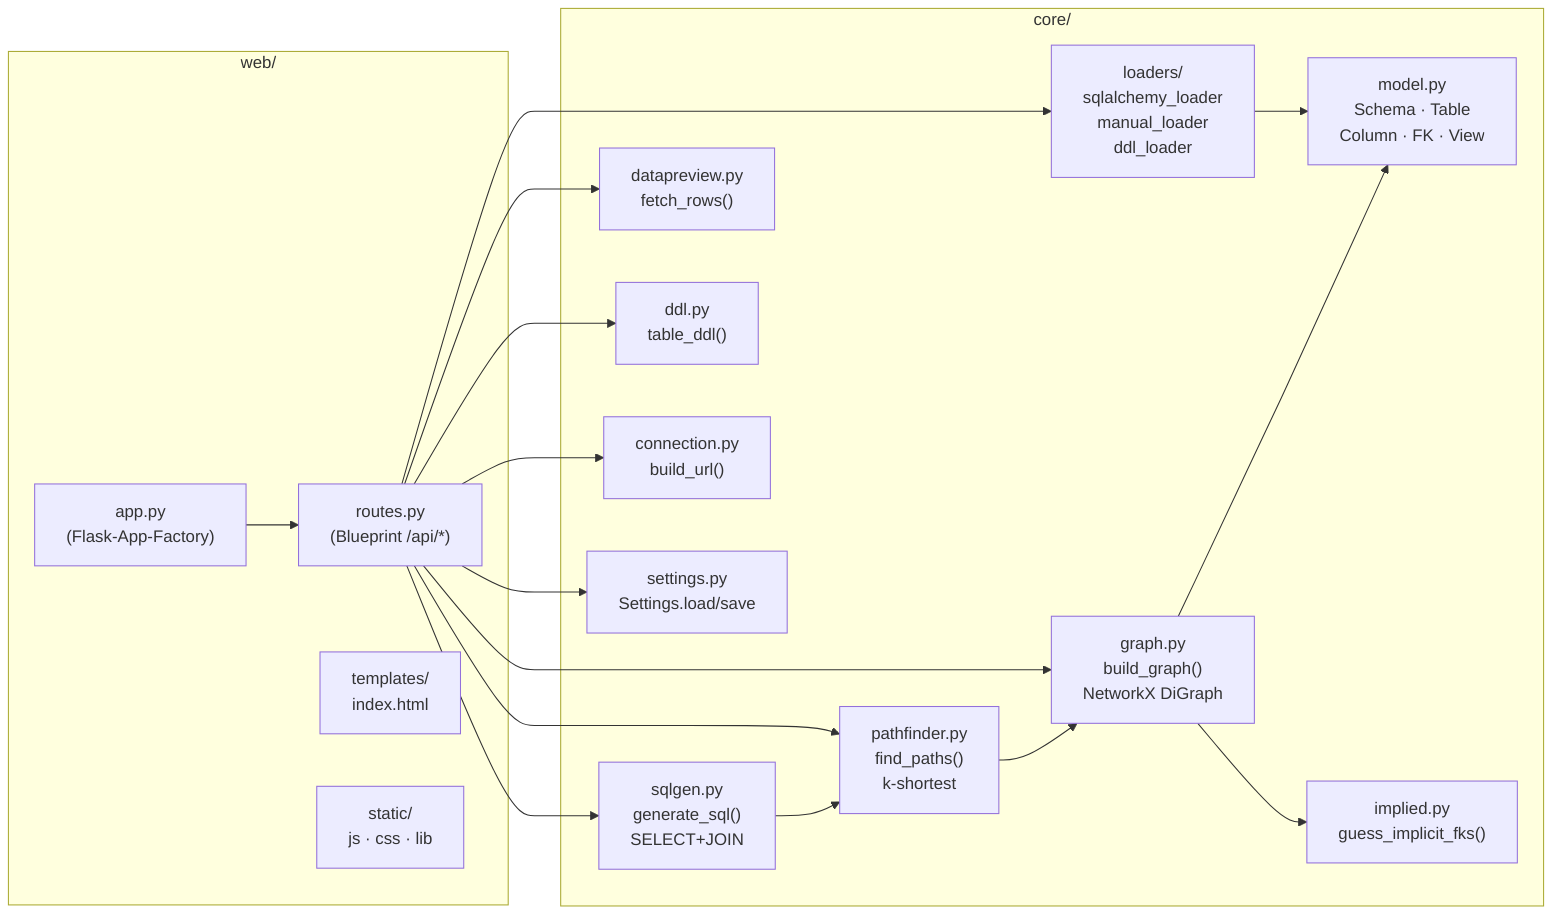
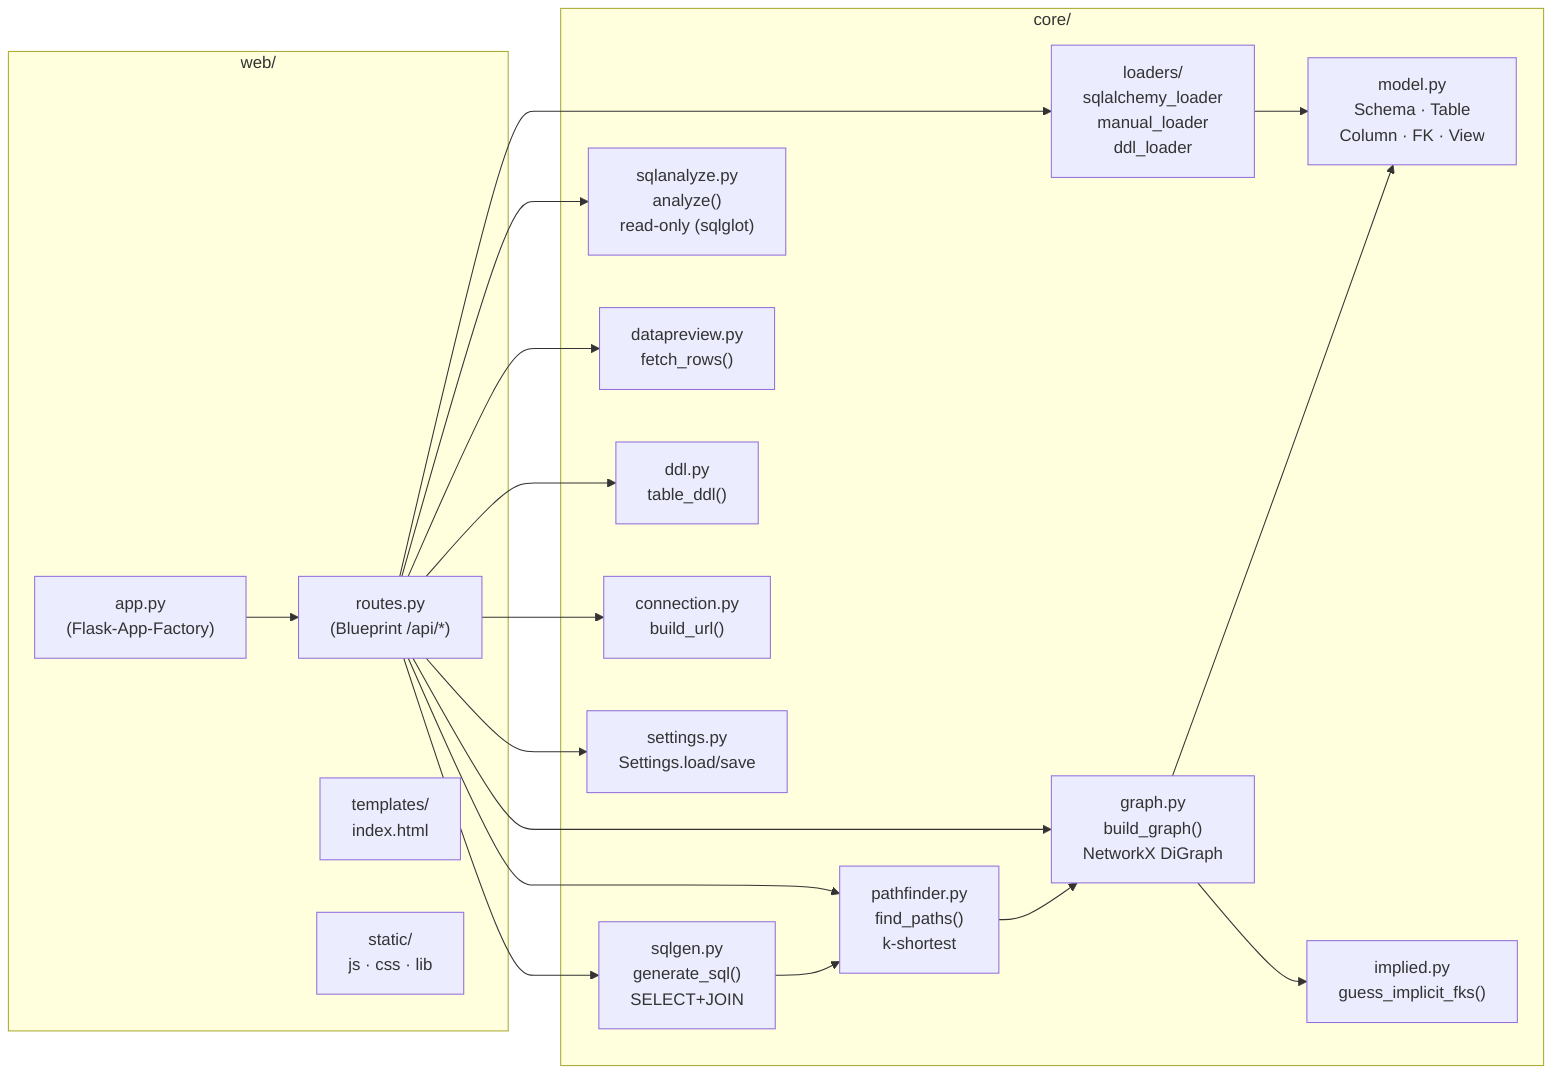
graph LR
    subgraph WEB["web/"]
        APP["app.py\n(Flask-App-Factory)"]
        ROUTES["routes.py\n(Blueprint /api/*)"]
        TPL["templates/\nindex.html"]
        STATIC["static/\njs · css · lib"]
    end
    subgraph CORE["core/"]
        LOADER["loaders/\nsqlalchemy_loader\nmanual_loader\nddl_loader"]
        MODEL["model.py\nSchema · Table\nColumn · FK · View"]
        GRAPH["graph.py\nbuild_graph()\nNetworkX DiGraph"]
        PF["pathfinder.py\nfind_paths()\nk-shortest"]
        SQLGEN["sqlgen.py\ngenerate_sql()\nSELECT+JOIN"]
+         SQLANALYZE["sqlanalyze.py\nanalyze()\nread-only (sqlglot)"]
        IMPLIED["implied.py\nguess_implicit_fks()"]
        PREVIEW["datapreview.py\nfetch_rows()"]
        DDL["ddl.py\ntable_ddl()"]
        CONN["connection.py\nbuild_url()"]
        SETTINGS["settings.py\nSettings.load/save"]
    end

    APP --> ROUTES
    ROUTES --> LOADER
    ROUTES --> GRAPH
    ROUTES --> PF
    ROUTES --> SQLGEN
+     ROUTES --> SQLANALYZE
    ROUTES --> PREVIEW
    ROUTES --> DDL
    ROUTES --> CONN
    ROUTES --> SETTINGS
    LOADER --> MODEL
    GRAPH --> MODEL
    GRAPH --> IMPLIED
    PF --> GRAPH
    SQLGEN --> PF
